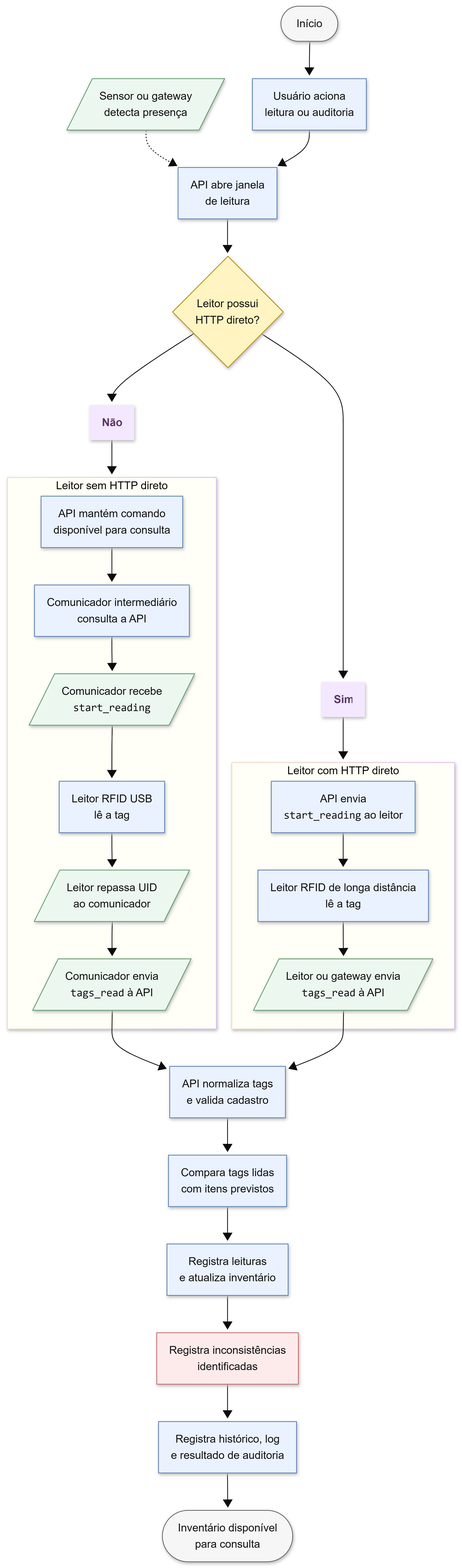
Above: docs/tcc/figs/fluxo_atividade_rfid.png in EzekLobo/inventory-rfid (Mermaid), before the change. Its source is kept beside it as docs/tcc/figs/fluxo_atividade_rfid.mmd.
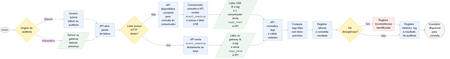
After the change.

Commit message:
docs: reorganiza fluxograma de atividade RFID

The edit, as a diff of the source:
```diff
@@ -1,59 +1,38 @@
-%%{init: {"theme": "base", "flowchart": {"curve": "basis", "nodeSpacing": 36, "rankSpacing": 48}}}%%
-flowchart TB
+%%{init: {"theme": "base", "themeVariables": {"fontSize": "34px", "fontFamily": "Arial"}, "flowchart": {"curve": "basis", "nodeSpacing": 62, "rankSpacing": 72}}}%%
+flowchart LR
     Inicio([Início])
+    Origem{Origem da auditoria}
     Usuario[Usuário aciona<br/>leitura ou auditoria]
     Sensor[/Sensor ou gateway<br/>detecta presença/]
     Janela[API abre janela<br/>de leitura]
     Http{Leitor possui<br/>HTTP direto?}
-    RotaPolling["Não"]:::branch
-    RotaHttp["Sim"]:::branch
 
-    subgraph SemHttp["Leitor sem HTTP direto"]
-        CmdPolling[API mantém comando<br/>disponível para consulta]
-        Consulta[Comunicador intermediário<br/>consulta a API]
-        StartUsb[/Comunicador recebe<br/><code>start_reading</code>/]
-        LeituraUsb[Leitor RFID USB<br/>lê a tag]
-        RepasseUsb[/Leitor repassa UID<br/>ao comunicador/]
-        EventoUsb[/Comunicador envia<br/><code>tags_read</code> à API/]
-    end
+    SemHttp[API disponibiliza comando<br/>para consulta do comunicador]
+    Usb[Comunicador consulta a API,<br/>recebe <code>start_reading</code><br/>e aciona o leitor USB]
+    EventoUsb[/Leitor USB lê a tag<br/>e o comunicador envia<br/><code>tags_read</code> à API/]
 
-    subgraph ComHttp["Leitor com HTTP direto"]
-        CmdHttp[API envia<br/><code>start_reading</code> ao leitor]
-        LeituraHttp[Leitor RFID de longa distância<br/>lê a tag]
-        EventoHttp[/Leitor ou gateway envia<br/><code>tags_read</code> à API/]
-    end
+    ComHttp[API envia<br/><code>start_reading</code><br/>diretamente ao leitor]
+    EventoHttp[/Leitor ou gateway lê a tag<br/>e envia <code>tags_read</code><br/>à API/]
 
     Processa[API normaliza tags<br/>e valida cadastro]
     Compara[Compara tags lidas<br/>com itens previstos]
-    Consolida[Registra leituras<br/>e atualiza inventário]
+    Consolida[Registra leituras<br/>e consolida resultado]
+    Divergencias{Há divergências?}
     Inconsistencias[Registra inconsistências<br/>identificadas]
-    Historico[Registra histórico, log<br/>e resultado de auditoria]
+    Historico[Registra histórico, log<br/>e resultado da auditoria]
     Fim([Inventário disponível<br/>para consulta])
 
-    Inicio --> Usuario
-    Sensor -.-> Janela
-    Usuario --> Janela
+    Inicio --> Origem
+    Origem -- Manual --> Usuario --> Janela
+    Origem -- Automática --> Sensor --> Janela
     Janela --> Http
 
-    Http --> RotaPolling
-    RotaPolling --> SemHttp
-    CmdPolling --> Consulta
-    Consulta --> StartUsb
-    StartUsb --> LeituraUsb
-    LeituraUsb --> RepasseUsb
-    RepasseUsb --> EventoUsb
-    EventoUsb --> Processa
+    Http -- Não --> SemHttp --> Usb --> EventoUsb --> Processa
+    Http -- Sim --> ComHttp --> EventoHttp --> Processa
 
-    Http --> RotaHttp
-    RotaHttp --> ComHttp
-    CmdHttp --> LeituraHttp
-    LeituraHttp --> EventoHttp
-    EventoHttp --> Processa
-
-    Processa --> Compara
-    Compara --> Consolida
-    Consolida --> Inconsistencias
-    Inconsistencias --> Historico
+    Processa --> Compara --> Consolida --> Divergencias
+    Divergencias -- Sim --> Inconsistencias --> Historico
+    Divergencias -- Não --> Historico
     Historico --> Fim
 
     classDef terminal fill:#f6f6f6,stroke:#666,color:#111,stroke-width:1px;
@@ -61,10 +40,9 @@
     classDef io fill:#ecf8ef,stroke:#5d9b6a,color:#111,stroke-width:1px;
     classDef decision fill:#fff4c2,stroke:#b58b00,color:#111,stroke-width:1px;
     classDef alert fill:#fdeaea,stroke:#c76b6b,color:#111,stroke-width:1px;
-    classDef branch fill:#f3e8ff,stroke:none,color:#5b3568,font-weight:bold;
 
     class Inicio,Fim terminal;
-    class Usuario,Janela,CmdPolling,Consulta,LeituraUsb,CmdHttp,LeituraHttp,Processa,Compara,Consolida,Historico action;
-    class Sensor,StartUsb,RepasseUsb,EventoUsb,EventoHttp io;
-    class Http decision;
+    class Usuario,Janela,SemHttp,Usb,ComHttp,Processa,Compara,Consolida,Historico action;
+    class Sensor,EventoUsb,EventoHttp io;
+    class Origem,Http,Divergencias decision;
     class Inconsistencias alert;
```
